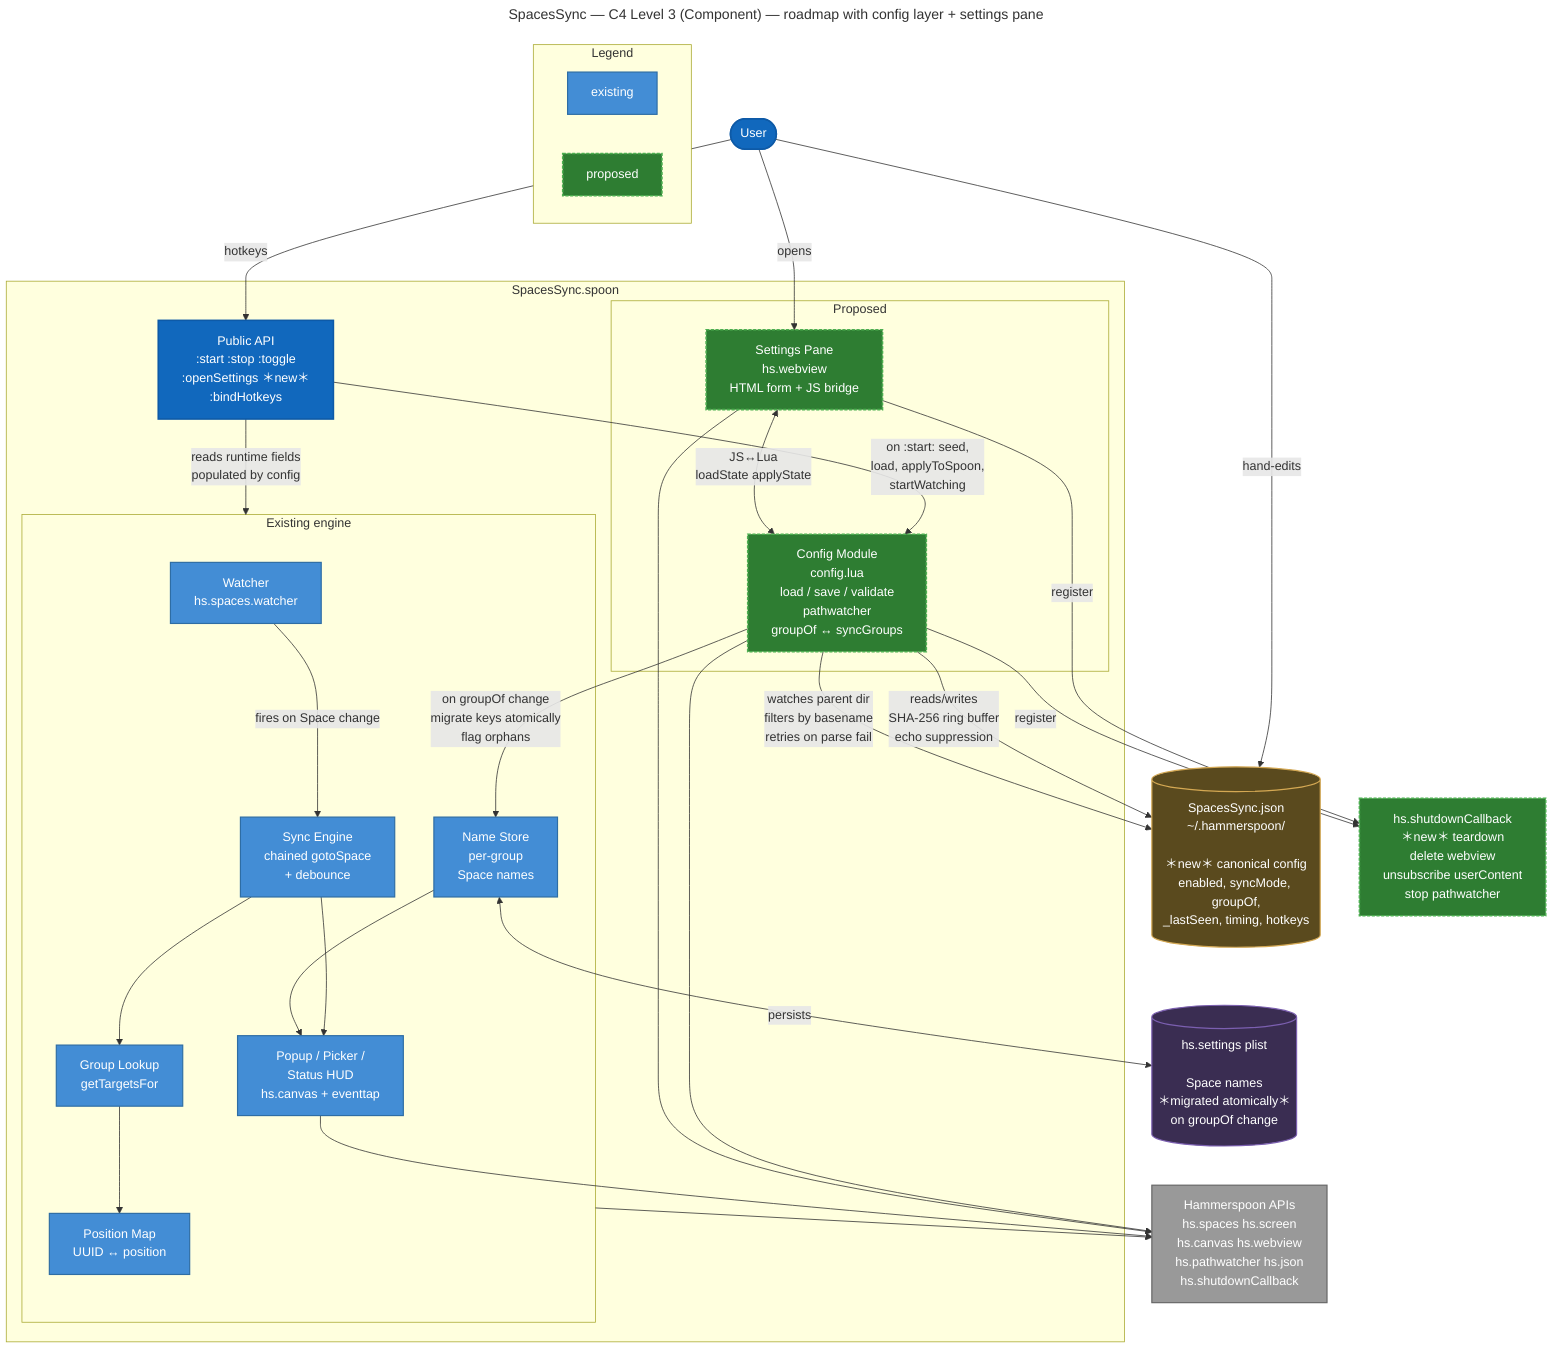
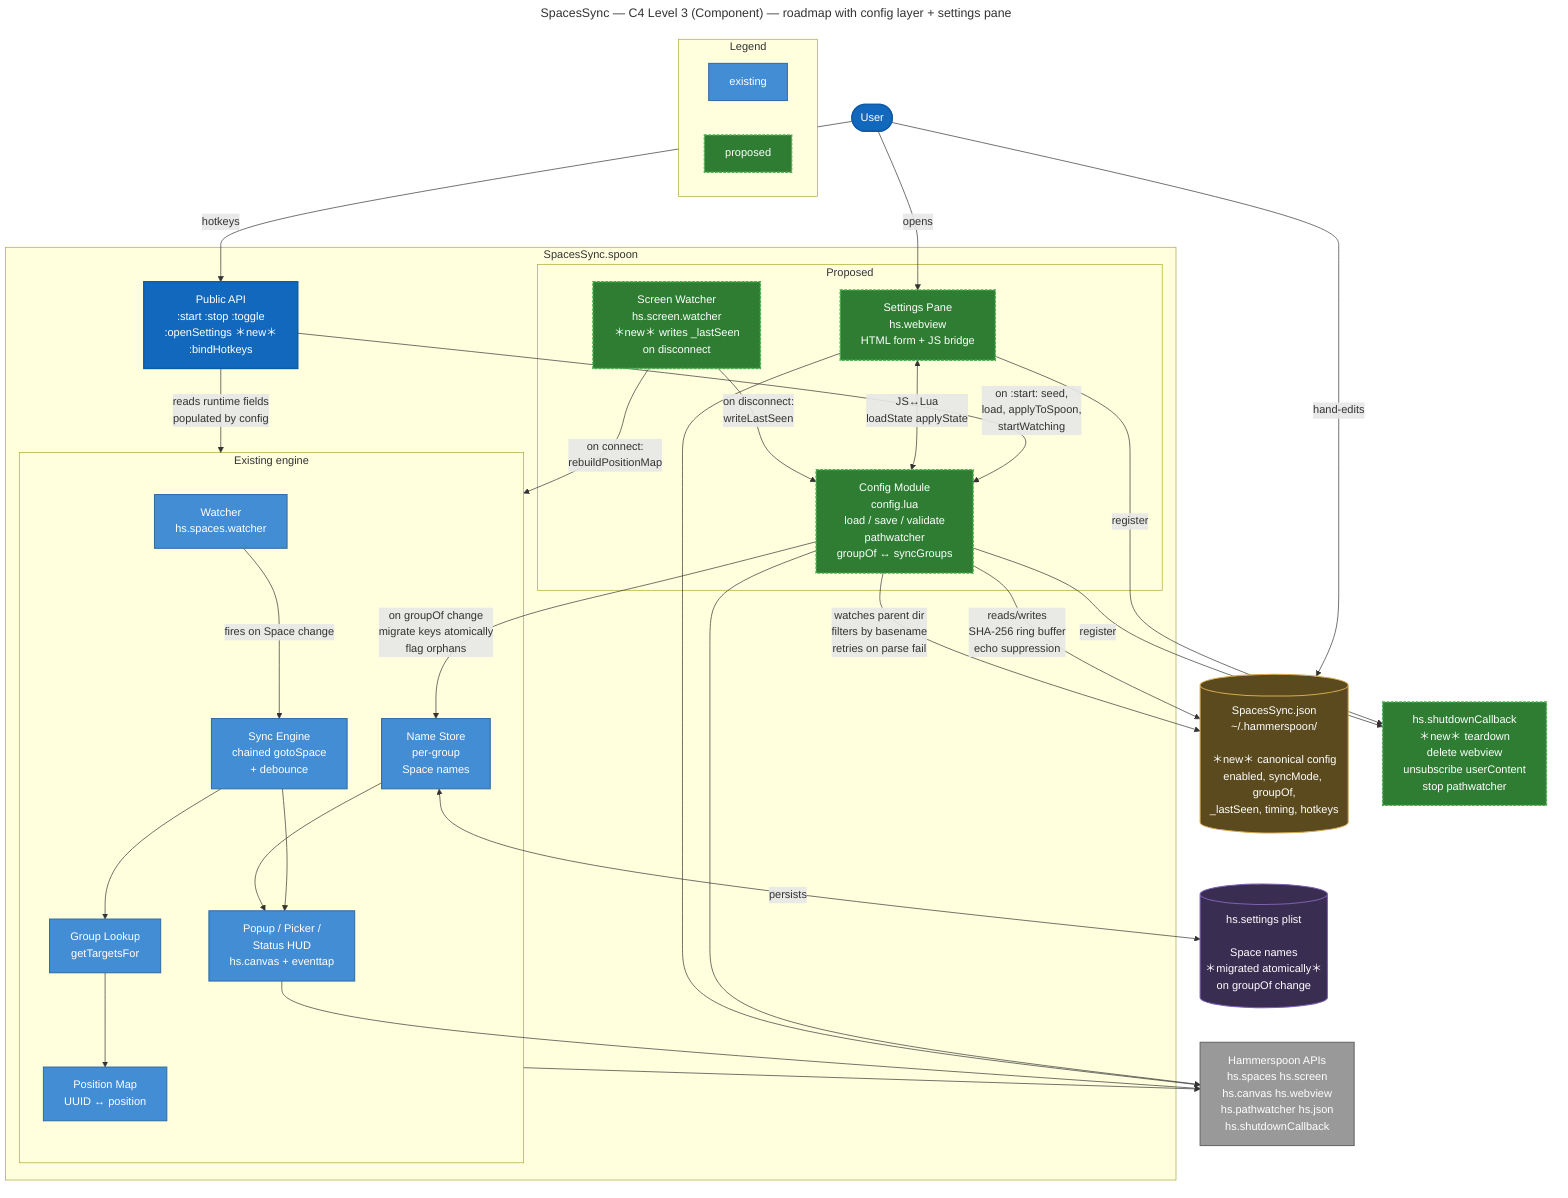
---
title: SpacesSync — C4 Level 3 (Component) — roadmap with config layer + settings pane
---
flowchart TB
    classDef public fill:#1168bd,stroke:#0e5aa7,color:#fff,stroke-width:2px
    classDef internal fill:#438dd5,stroke:#2e6da4,color:#fff,stroke-width:1.5px
    classDef proposed fill:#2e7d32,stroke:#4caf50,color:#fff,stroke-width:2px,stroke-dasharray: 4 2
    classDef external fill:#999,stroke:#666,color:#fff,stroke-width:1.5px
    classDef config fill:#5a4a1e,stroke:#d4a853,color:#fff,stroke-width:1.5px
    classDef store fill:#3a2d52,stroke:#7b5fb0,color:#fff,stroke-width:1.5px

    User([User]):::public

    subgraph Spoon [SpacesSync.spoon]
        API[Public API<br/>:start :stop :toggle<br/>:openSettings ＊new＊<br/>:bindHotkeys]:::public

        subgraph Engine [Existing engine]
            Watcher[Watcher<br/>hs.spaces.watcher]:::internal
            SyncEng[Sync Engine<br/>chained gotoSpace<br/>+ debounce]:::internal
            PosMap[Position Map<br/>UUID ↔ position]:::internal
            GroupLook[Group Lookup<br/>getTargetsFor]:::internal
            Names[Name Store<br/>per-group<br/>Space names]:::internal
            UI[Popup / Picker /<br/>Status HUD<br/>hs.canvas + eventtap]:::internal
        end

        subgraph New [Proposed]
            ConfigMod[Config Module<br/>config.lua<br/>load / save / validate<br/>pathwatcher<br/>groupOf ↔ syncGroups]:::proposed
            SettingsPane[Settings Pane<br/>hs.webview<br/>HTML form + JS bridge]:::proposed
+             ScreenWatch[Screen Watcher<br/>hs.screen.watcher<br/>＊new＊ writes _lastSeen<br/>on disconnect]:::proposed
        end
    end

    JSON[(SpacesSync.json<br/>~/.hammerspoon/<br/><br/>＊new＊ canonical config<br/>enabled, syncMode, groupOf,<br/>_lastSeen, timing, hotkeys)]:::config
    Plist[(hs.settings plist<br/><br/>Space names<br/>＊migrated atomically＊<br/>on groupOf change)]:::store
    HSAPIs[Hammerspoon APIs<br/>hs.spaces hs.screen<br/>hs.canvas hs.webview<br/>hs.pathwatcher hs.json<br/>hs.shutdownCallback]:::external

    Shutdown[hs.shutdownCallback<br/>＊new＊ teardown<br/>delete webview<br/>unsubscribe userContent<br/>stop pathwatcher]:::proposed

    User -->|hotkeys| API
    User -->|opens| SettingsPane
    User -->|hand-edits| JSON

    API -->|on :start: seed,<br/>load, applyToSpoon,<br/>startWatching| ConfigMod
    API -->|reads runtime fields<br/>populated by config| Engine
    SettingsPane <-->|JS↔Lua<br/>loadState applyState| ConfigMod

    ConfigMod -->|reads/writes<br/>SHA-256 ring buffer<br/>echo suppression| JSON
    ConfigMod -->|watches parent dir<br/>filters by basename<br/>retries on parse fail| JSON
    ConfigMod -->|on groupOf change<br/>migrate keys atomically<br/>flag orphans| Names

    SettingsPane -->|register| Shutdown
    ConfigMod -->|register| Shutdown

+     ScreenWatch -->|on disconnect:<br/>writeLastSeen| ConfigMod
+     ScreenWatch -->|on connect:<br/>rebuildPositionMap| Engine
+ 
    Watcher -->|fires on Space change| SyncEng
    SyncEng --> GroupLook
    GroupLook --> PosMap
    SyncEng --> UI
    Names --> UI
    Names <-->|persists| Plist

    Engine --> HSAPIs
    UI --> HSAPIs
    ConfigMod --> HSAPIs
    SettingsPane --> HSAPIs

    %% Legend
    subgraph Legend [Legend]
        direction LR
        L1[existing]:::internal
        L2[proposed]:::proposed
    end
